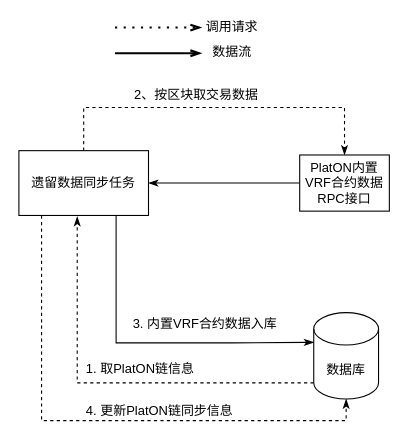
The draw.io diagram page "内置合约数据同步" (4 of 7) of VRF-architecture.drawio in trevorch/drawio, before the edit. Source tidied: cells renumbered, new cells numbered last; positions are measured from the earlier drawing's top-left corner, leaving out a move shared by most shapes. Both pictures are drawn from the tidied source at 108%, with x=0, y=0 at pixel (18, 27).
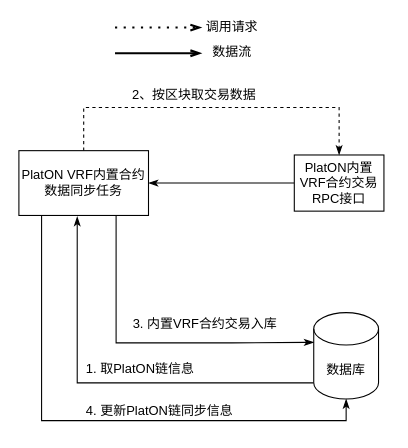
The same page after the edit.

Unchanged cells that the change refers to:
```xml
<mxCell id="8" value="数据库" style="shape=cylinder3;whiteSpace=wrap;html=1;boundedLbl=1;backgroundOutline=1;size=15;fontSize=12;" parent="1" vertex="1">
  <mxGeometry x="273" y="264" width="60" height="80" as="geometry" />
</mxCell>
<mxCell id="13" style="edgeStyle=orthogonalEdgeStyle;rounded=0;jettySize=auto;html=1;entryX=0;entryY=0;entryDx=0;entryDy=27.5;entryPerimeter=0;fontSize=12;startArrow=none;startFill=0;endArrow=classicThin;endFill=1;exitX=0.75;exitY=1;exitDx=0;exitDy=0;" parent="1" edge="1" source="17" target="8">
  <mxGeometry relative="1" as="geometry">
    <Array as="points">
      <mxPoint x="90" y="292" />
      <mxPoint x="197" y="292" />
    </Array>
  </mxGeometry>
</mxCell>
```

Change to the diagram source:
```diff
@@
-    <mxCell id="6" style="edgeStyle=orthogonalEdgeStyle;rounded=0;jettySize=auto;html=1;entryX=0.45;entryY=1.017;entryDx=0;entryDy=0;entryPerimeter=0;dashed=1;fontSize=12;startArrow=none;startFill=0;endArrow=classicThin;endFill=1;exitX=0;exitY=1;exitDx=0;exitDy=-15;exitPerimeter=0;" parent="1" edge="1" source="8" target="17">
+    <mxCell id="6" style="edgeStyle=orthogonalEdgeStyle;rounded=0;jettySize=auto;html=1;entryX=0.45;entryY=1.017;entryDx=0;entryDy=0;entryPerimeter=0;fontSize=12;startArrow=none;startFill=0;endArrow=classicThin;endFill=1;exitX=0;exitY=1;exitDx=0;exitDy=-15;exitPerimeter=0;" parent="1" edge="1" source="8" target="17">
       <mxGeometry relative="1" as="geometry" />
     </mxCell>
@@
-    <mxCell id="10" value="&lt;span style=&quot;&quot;&gt;PlatON内置VRF合约数据RPC接口&lt;/span&gt;" style="rounded=0;whiteSpace=wrap;html=1;fontSize=12;" parent="1" vertex="1">
-      <mxGeometry x="260" y="118" width="83" height="52" as="geometry" />
+    <mxCell id="10" value="&lt;span style=&quot;&quot;&gt;PlatON内置VRF合约交易 RPC接口&lt;/span&gt;" style="rounded=0;whiteSpace=wrap;html=1;fontSize=12;" parent="1" vertex="1">
+      <mxGeometry x="255" y="118" width="83" height="52" as="geometry" />
     </mxCell>
     <mxCell id="11" style="edgeStyle=orthogonalEdgeStyle;rounded=0;jettySize=auto;html=1;entryX=0.5;entryY=0;entryDx=0;entryDy=0;dashed=1;fontSize=12;startArrow=none;startFill=0;endArrow=classicThin;endFill=1;" parent="1" edge="1" source="17" target="10">
       <mxGeometry relative="1" as="geometry">
         <Array as="points">
           <mxPoint x="60" y="74" />
-          <mxPoint x="302" y="74" />
+          <mxPoint x="297" y="74" />
         </Array>
       </mxGeometry>
     </mxCell>
@@
-    <mxCell id="14" value="3. 内置VRF合约数据入库" style="edgeLabel;html=1;align=center;verticalAlign=middle;fontSize=12;" parent="13" vertex="1">
+    <mxCell id="14" value="3. 内置VRF合约交易入库" style="edgeLabel;html=1;align=center;verticalAlign=middle;fontSize=12;" parent="13" vertex="1">
       <mxGeometry x="-0.54" y="2" relative="1" as="geometry">
         <mxPoint x="79" y="31" as="offset" />
       </mxGeometry>
     </mxCell>
-    <mxCell id="15" style="edgeStyle=orthogonalEdgeStyle;rounded=0;jettySize=auto;html=1;entryX=0.5;entryY=1;entryDx=0;entryDy=0;entryPerimeter=0;fontSize=12;startArrow=none;startFill=0;endArrow=classicThin;endFill=1;dashed=1;" parent="1" edge="1" source="17" target="8">
+    <mxCell id="15" style="edgeStyle=orthogonalEdgeStyle;rounded=0;jettySize=auto;html=1;entryX=0.5;entryY=1;entryDx=0;entryDy=0;entryPerimeter=0;fontSize=12;startArrow=none;startFill=0;endArrow=classicThin;endFill=1;" parent="1" edge="1" source="17" target="8">
       <mxGeometry relative="1" as="geometry">
         <Array as="points">
           <mxPoint x="21" y="364" />
           <mxPoint x="303" y="364" />
         </Array>
       </mxGeometry>
     </mxCell>
@@
-    <mxCell id="17" value="遗留数据同步任务" style="rounded=0;whiteSpace=wrap;html=1;fontSize=12;" parent="1" vertex="1">
+    <mxCell id="17" value="PlatON VRF内置合约&lt;br&gt;数据同步任务" style="rounded=0;whiteSpace=wrap;html=1;fontSize=12;" parent="1" vertex="1">
       <mxGeometry y="114" width="120" height="60" as="geometry" />
     </mxCell>
```
